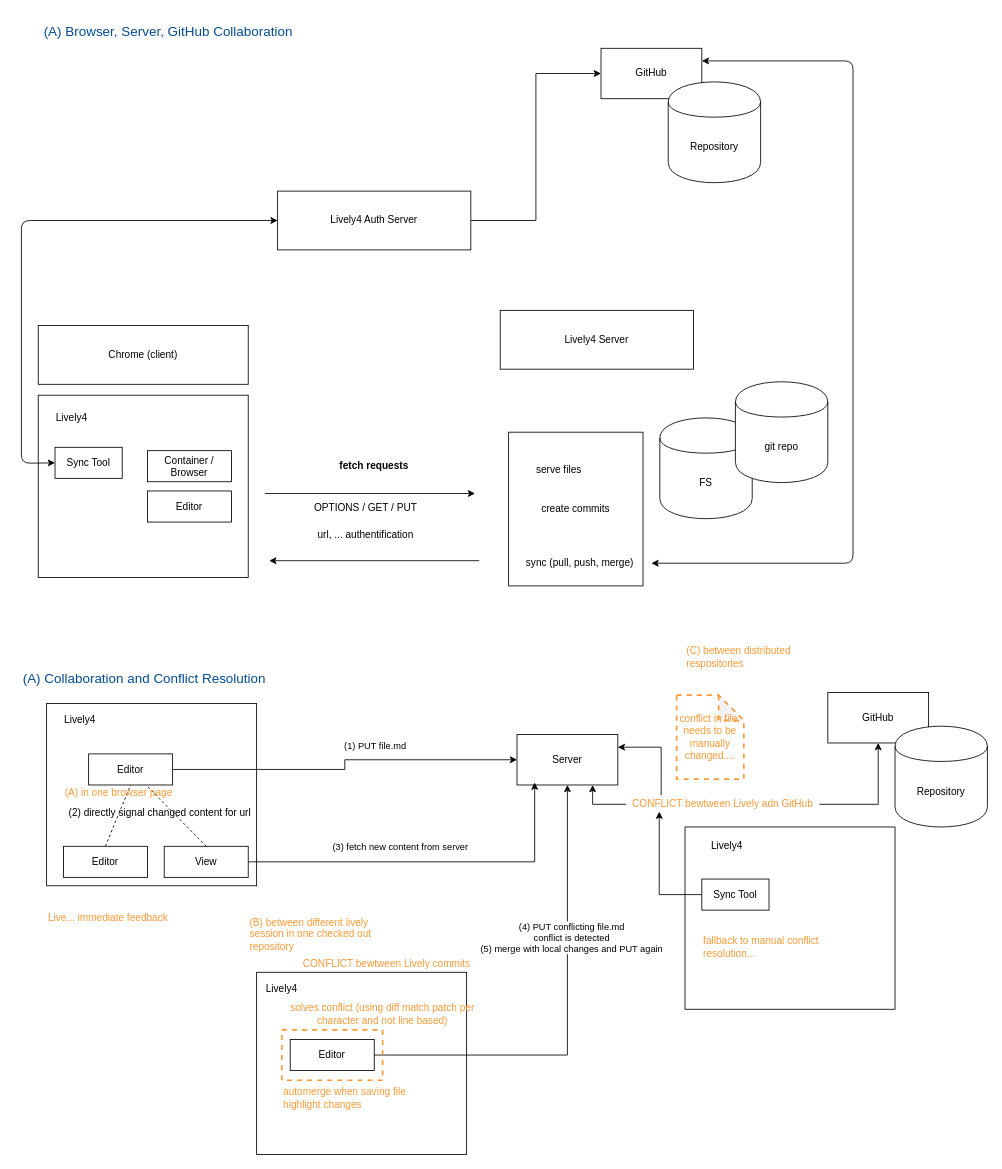
Earlier version of the draw.io diagram doc/figures/collaboration.drawio (LivelyKernel/lively4-core). Source tidied: cells renumbered, new cells numbered last; positions are measured from the earlier drawing's top-left corner, leaving out a move shared by most shapes. Both pictures are drawn from the tidied source at 84%, with x=0, y=0 at pixel (21, 14).
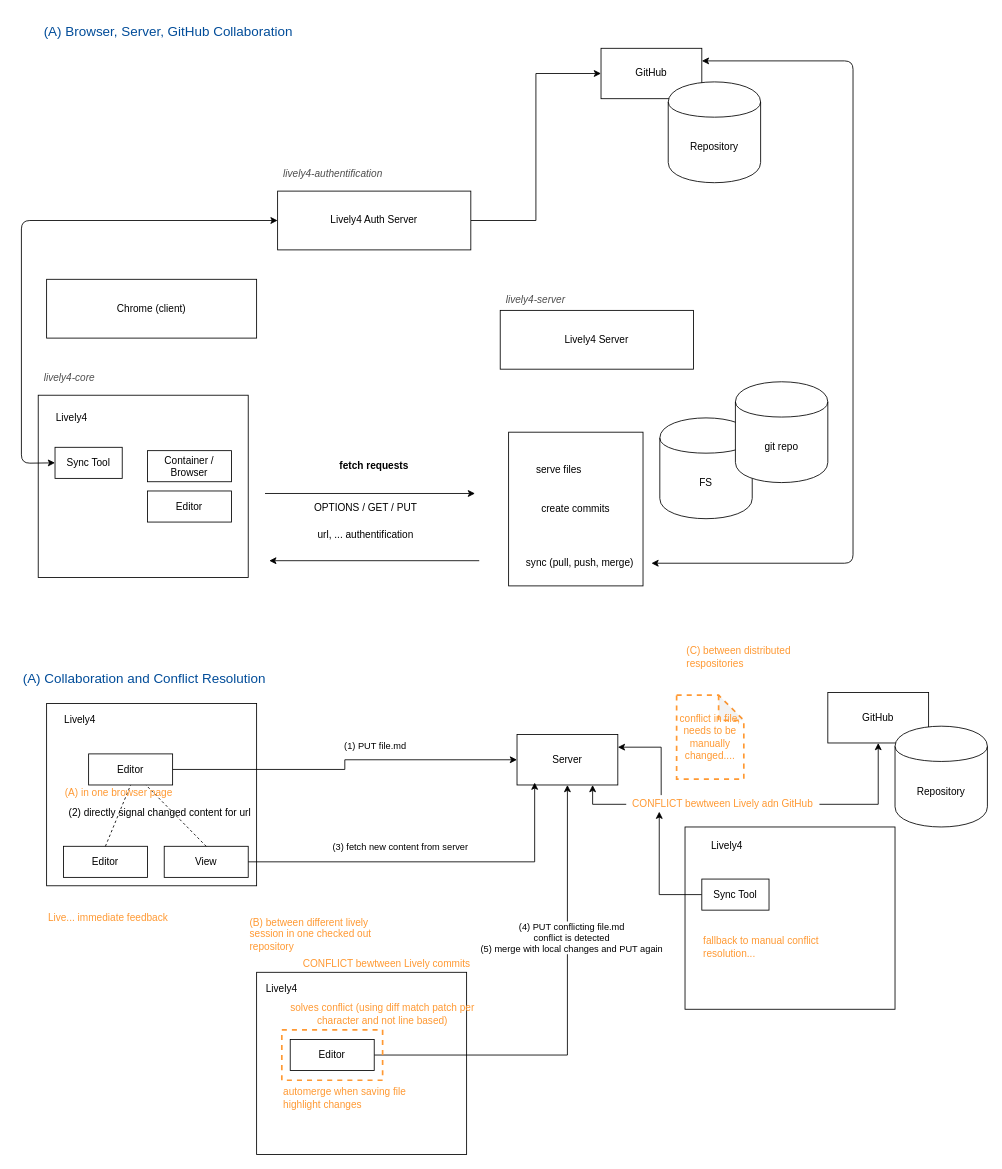
Above is the later version.

What changed in the source:
```diff
@@
     <mxCell id="3" value="Chrome (client)" style="rounded=0;whiteSpace=wrap;html=1;" parent="1" vertex="1">
-      <mxGeometry x="20" y="370" width="250" height="70" as="geometry" />
+      <mxGeometry x="30" y="315" width="250" height="70" as="geometry" />
     </mxCell>
@@
+    <mxCell id="66" value="&lt;i&gt;&lt;font color=&quot;#4d4d4d&quot;&gt;lively4-authentification&lt;/font&gt;&lt;/i&gt;" style="text;html=1;strokeColor=none;fillColor=none;align=left;verticalAlign=middle;whiteSpace=wrap;rounded=0;dashed=1;fontColor=#FF9933;" parent="1" vertex="1">
+      <mxGeometry x="310" y="180" width="170" height="20" as="geometry" />
+    </mxCell>
+    <mxCell id="67" value="&lt;i&gt;&lt;font color=&quot;#4d4d4d&quot;&gt;lively4-server&lt;/font&gt;&lt;/i&gt;" style="text;html=1;strokeColor=none;fillColor=none;align=left;verticalAlign=middle;whiteSpace=wrap;rounded=0;dashed=1;fontColor=#FF9933;" parent="1" vertex="1">
+      <mxGeometry x="575" y="330" width="170" height="20" as="geometry" />
+    </mxCell>
+    <mxCell id="68" value="&lt;i&gt;&lt;font color=&quot;#4d4d4d&quot;&gt;lively4-core&lt;/font&gt;&lt;/i&gt;" style="text;html=1;strokeColor=none;fillColor=none;align=left;verticalAlign=middle;whiteSpace=wrap;rounded=0;dashed=1;fontColor=#FF9933;" parent="1" vertex="1">
+      <mxGeometry x="25" y="422" width="170" height="20" as="geometry" />
+    </mxCell>
```
